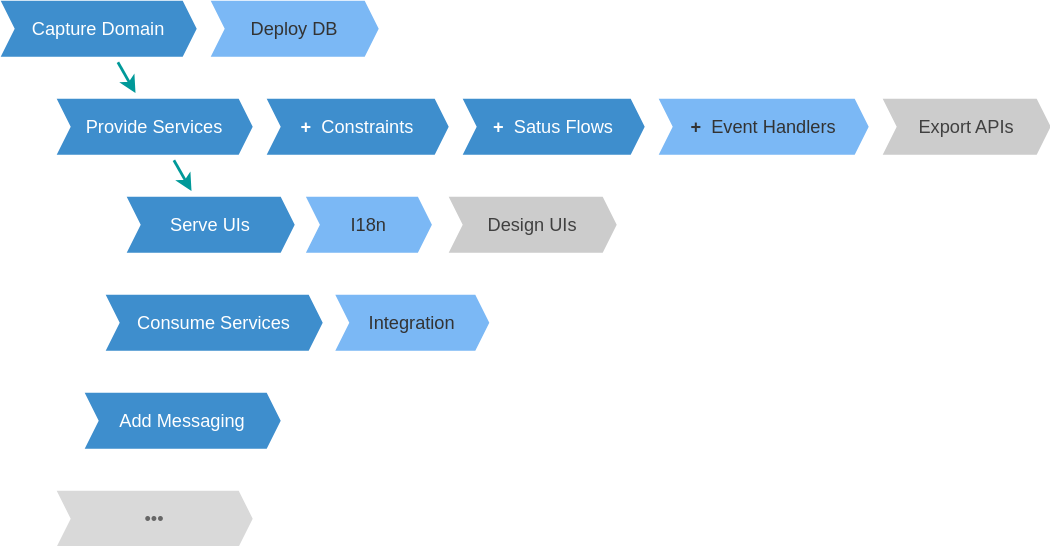
This is guides/playbook.drawio.svg from capire/docs, a draw.io export, as it was before one commit. Source tidied: cells renumbered, new cells last; positions are measured from the earlier drawing's top-left corner, leaving out a move shared by most shapes.
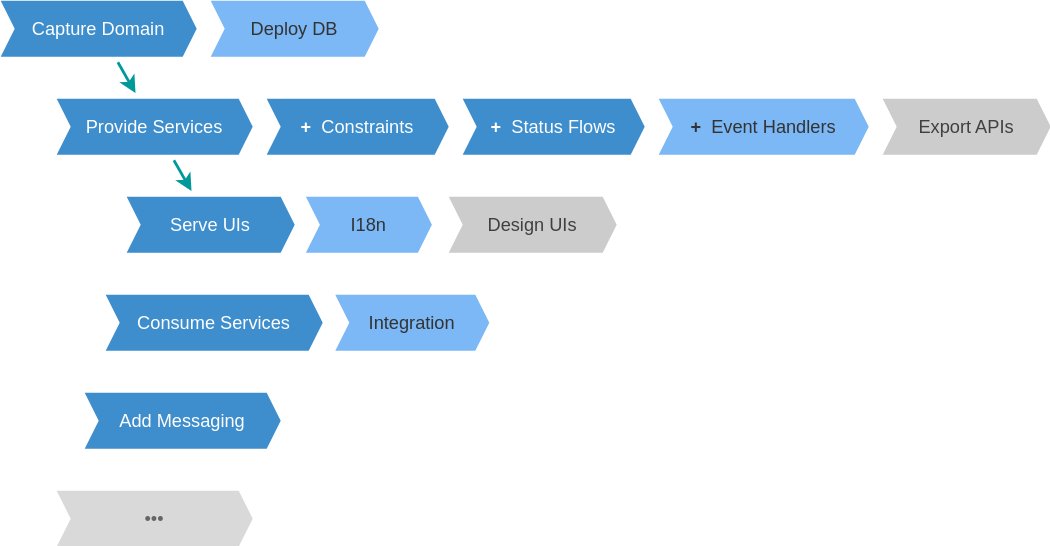
Above is the later version.

Commit message:
Fix typo `satus` → `status` in diagram

The edit, as a diff of the source:
```diff
@@ -41,7 +41,7 @@
     <mxCell id="14" style="edgeStyle=none;html=1;fillColor=#7BB8F5;strokeColor=#009999;strokeWidth=2;textShadow=0;shadow=0;rounded=1;align=center;verticalAlign=middle;spacingLeft=0;spacingRight=0;spacing=10;fontFamily=Helvetica;fontSize=13;fontColor=#FFFFFF;fontStyle=0;labelBackgroundColor=none;" parent="1" edge="1" source="4" target="6">
       <mxGeometry relative="1" as="geometry" />
     </mxCell>
-    <mxCell id="15" value="&lt;b&gt;&lt;font&gt;+&lt;/font&gt;&amp;nbsp;&amp;nbsp;&lt;/b&gt;Satus Flows" style="shape=step;perimeter=stepPerimeter;whiteSpace=wrap;html=1;fixedSize=1;rounded=1;strokeColor=none;strokeWidth=2;align=center;verticalAlign=middle;fontFamily=Helvetica;fontSize=13;fontColor=#FFFFFF;fillColor=#3E8ECD;arcSize=0;size=10.000000000000227;labelBackgroundColor=none;perimeterSpacing=4;spacingBottom=0;textShadow=0;shadow=0;spacingLeft=0;spacingRight=0;spacing=10;fontStyle=0;" parent="1" vertex="1">
+    <mxCell id="15" value="&lt;b&gt;&lt;font&gt;+&lt;/font&gt;&amp;nbsp;&amp;nbsp;&lt;/b&gt;Status Flows" style="shape=step;perimeter=stepPerimeter;whiteSpace=wrap;html=1;fixedSize=1;rounded=1;strokeColor=none;strokeWidth=2;align=center;verticalAlign=middle;fontFamily=Helvetica;fontSize=13;fontColor=#FFFFFF;fillColor=#3E8ECD;arcSize=0;size=10.000000000000227;labelBackgroundColor=none;perimeterSpacing=4;spacingBottom=0;textShadow=0;shadow=0;spacingLeft=0;spacingRight=0;spacing=10;fontStyle=0;" parent="1" vertex="1">
       <mxGeometry x="330" y="70" width="130" height="40" as="geometry" />
     </mxCell>
     <mxCell id="16" value="&lt;span&gt;•&lt;/span&gt;&lt;span&gt;•&lt;/span&gt;&lt;span&gt;•&lt;/span&gt;" style="shape=step;perimeter=stepPerimeter;whiteSpace=wrap;html=1;fixedSize=1;rounded=1;strokeColor=none;strokeWidth=2;align=center;verticalAlign=middle;fontFamily=Helvetica;fontSize=13;fontColor=#666666;fillColor=#D9D9D9;arcSize=0;size=10.000000000000227;labelBackgroundColor=none;perimeterSpacing=4;textShadow=0;shadow=0;spacingLeft=0;spacingRight=0;spacing=10;fontStyle=0;" parent="1" vertex="1">
```
